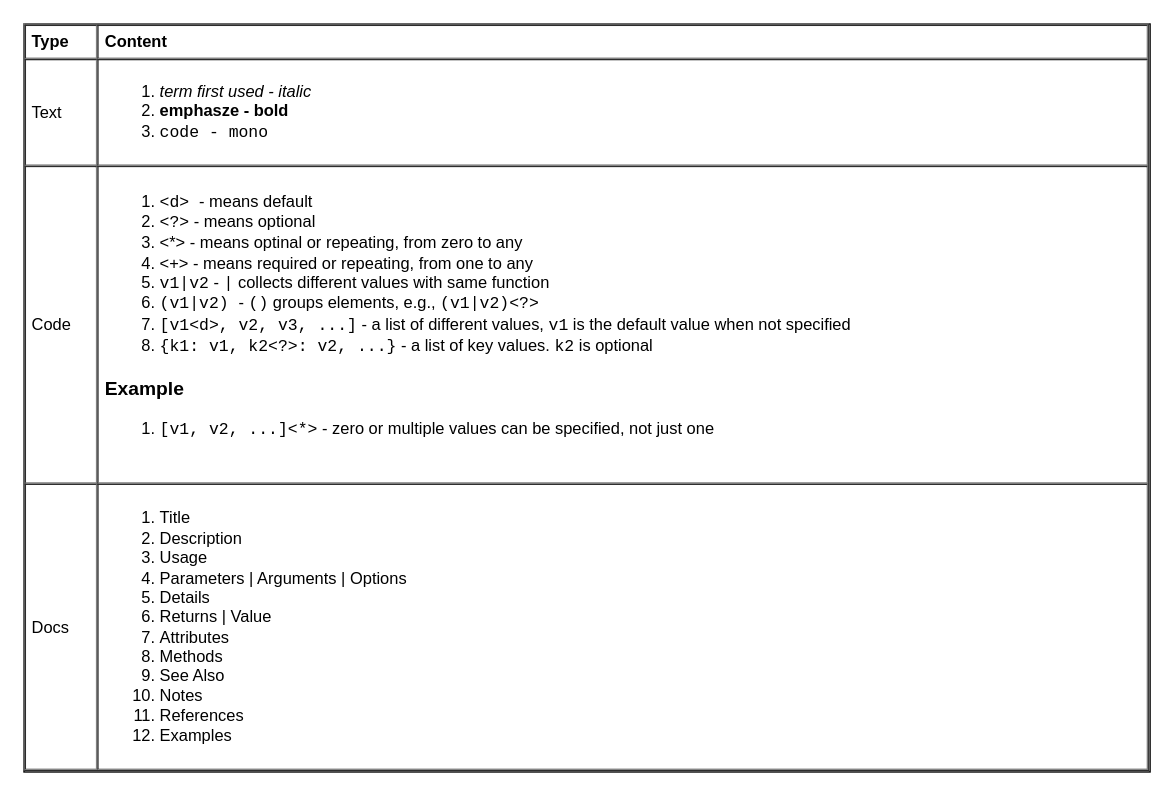
Before: page "styling" (1 of 5) of ux/ux.drawio in yangdj/tf_docs, a draw.io diagram. Source tidied: cells renumbered, new cells numbered last; positions are measured from the earlier drawing's top-left corner, leaving out a move shared by most shapes. Both pictures are drawn from the tidied source at 137%, with x=0, y=0 at pixel (23, 23).
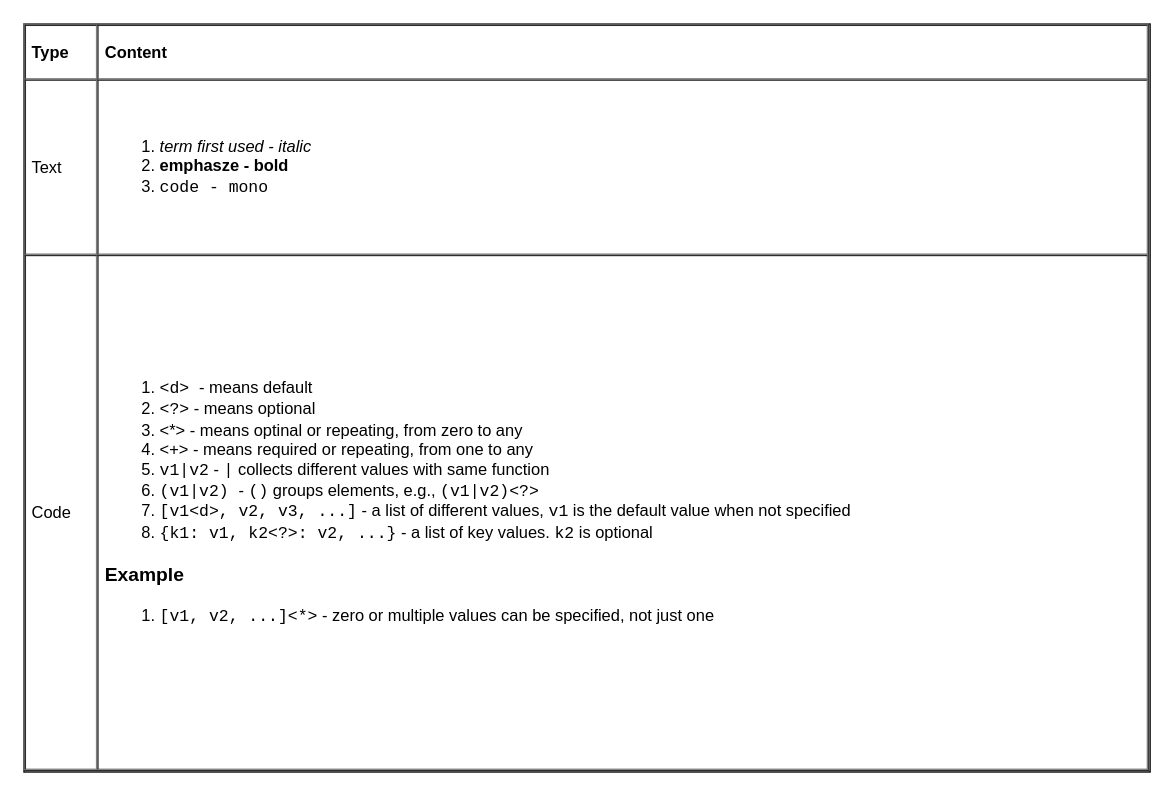
Above is the later version.

Diff of the diagram source:
```diff
@@
 <mxGraphModel>
   <root>
     <mxCell id="0" />
     <mxCell id="1" parent="0" />
-    <mxCell id="2" value="&lt;table cellpadding=&quot;4&quot; cellspacing=&quot;0&quot; border=&quot;1&quot; style=&quot;font-size: 12px ; width: 100% ; height: 100%&quot;&gt;&lt;tbody style=&quot;font-size: 12px&quot;&gt;&lt;tr style=&quot;font-size: 12px&quot;&gt;&lt;th style=&quot;font-size: 12px&quot;&gt;Type&lt;/th&gt;&lt;th style=&quot;font-size: 12px&quot;&gt;Content&lt;/th&gt;&lt;/tr&gt;&lt;tr style=&quot;font-size: 12px&quot;&gt;&lt;td style=&quot;font-size: 12px&quot;&gt;Text&lt;/td&gt;&lt;td style=&quot;font-size: 12px&quot;&gt;&lt;ol style=&quot;font-size: 12px&quot;&gt;&lt;li style=&quot;font-size: 12px&quot;&gt;&lt;i style=&quot;font-size: 12px&quot;&gt;term first used - italic&lt;/i&gt;&lt;/li&gt;&lt;li style=&quot;font-size: 12px&quot;&gt;&lt;b style=&quot;font-size: 12px&quot;&gt;emphasze - bold&lt;/b&gt;&lt;/li&gt;&lt;li&gt;&lt;font face=&quot;Courier New&quot;&gt;code - mono&lt;/font&gt;&lt;/li&gt;&lt;/ol&gt;&lt;/td&gt;&lt;/tr&gt;&lt;tr style=&quot;font-size: 12px&quot;&gt;&lt;td style=&quot;font-size: 12px&quot;&gt;Code&lt;/td&gt;&lt;td style=&quot;font-size: 12px&quot;&gt;&lt;ol style=&quot;font-size: 12px&quot;&gt;&lt;li style=&quot;font-size: 12px&quot;&gt;&lt;font face=&quot;Courier New&quot;&gt;&amp;lt;d&amp;gt; &lt;/font&gt;&lt;span&gt;- means default&lt;/span&gt;&lt;br&gt;&lt;/li&gt;&lt;li&gt;&lt;font face=&quot;Courier New&quot;&gt;&amp;lt;?&amp;gt;&lt;/font&gt;&amp;nbsp;- means optional&lt;/li&gt;&lt;li style=&quot;font-size: 12px&quot;&gt;&lt;font style=&quot;font-size: 12px&quot;&gt;&amp;lt;*&amp;gt; - means optinal or repeating, from zero to any&lt;/font&gt;&lt;/li&gt;&lt;li style=&quot;font-size: 12px&quot;&gt;&lt;font style=&quot;font-size: 12px&quot;&gt;&amp;lt;+&amp;gt; - means required or repeating, from one to any&lt;/font&gt;&lt;/li&gt;&lt;li&gt;&lt;font face=&quot;Courier New&quot;&gt;v1|v2&lt;/font&gt;&lt;span&gt; - &lt;/span&gt;&lt;font face=&quot;Courier New&quot;&gt;|&lt;/font&gt;&lt;span&gt; collects different values with same function&lt;/span&gt;&lt;br&gt;&lt;/li&gt;&lt;li&gt;&lt;font face=&quot;Courier New&quot;&gt;(v1|v2)&amp;nbsp;&lt;/font&gt;-&amp;nbsp;&lt;font face=&quot;Courier New&quot;&gt;()&lt;/font&gt;&amp;nbsp;groups elements, e.g.,&amp;nbsp;&lt;font face=&quot;Courier New&quot;&gt;(v1|v2)&amp;lt;?&amp;gt;&lt;/font&gt;&lt;/li&gt;&lt;li style=&quot;font-size: 12px&quot;&gt;&lt;font face=&quot;Courier New&quot; style=&quot;font-size: 12px&quot;&gt;[v1&amp;lt;d&amp;gt;, v2, v3, ...]&lt;/font&gt; - a list of different values, &lt;font face=&quot;Courier New&quot; style=&quot;font-size: 12px&quot;&gt;v1&lt;/font&gt;&amp;nbsp;is the default value when not specified&lt;/li&gt;&lt;li style=&quot;font-size: 12px&quot;&gt;&lt;font face=&quot;Courier New&quot;&gt;{k1: v1, k2&amp;lt;?&amp;gt;: v2, ...}&lt;/font&gt; - a list of key values. &lt;font face=&quot;Courier New&quot;&gt;k2&lt;/font&gt;&amp;nbsp;is optional&lt;br&gt;&lt;/li&gt;&lt;/ol&gt;&lt;h3&gt;Example&lt;/h3&gt;&lt;div&gt;&lt;ol&gt;&lt;li&gt;&lt;font face=&quot;Courier New&quot;&gt;[v1, v2, ...]&amp;lt;*&amp;gt;&lt;/font&gt;&amp;nbsp;- zero or multiple values can be specified, not just one&lt;/li&gt;&lt;/ol&gt;&lt;/div&gt;&lt;div&gt;&lt;br&gt;&lt;/div&gt;&lt;/td&gt;&lt;/tr&gt;&lt;tr style=&quot;font-size: 12px&quot;&gt;&lt;td style=&quot;font-size: 12px&quot;&gt;Docs&lt;/td&gt;&lt;td style=&quot;font-size: 12px&quot;&gt;&lt;ol style=&quot;font-size: 12px&quot;&gt;&lt;li style=&quot;font-size: 12px&quot;&gt;Title&lt;/li&gt;&lt;li style=&quot;font-size: 12px&quot;&gt;Description&lt;/li&gt;&lt;li style=&quot;font-size: 12px&quot;&gt;Usage&lt;/li&gt;&lt;li style=&quot;font-size: 12px&quot;&gt;Parameters | Arguments | Options&lt;/li&gt;&lt;li style=&quot;font-size: 12px&quot;&gt;Details&lt;/li&gt;&lt;li style=&quot;font-size: 12px&quot;&gt;Returns | Value&lt;/li&gt;&lt;li style=&quot;font-size: 12px&quot;&gt;Attributes&lt;/li&gt;&lt;li style=&quot;font-size: 12px&quot;&gt;Methods&lt;/li&gt;&lt;li style=&quot;font-size: 12px&quot;&gt;See Also&lt;/li&gt;&lt;li style=&quot;font-size: 12px&quot;&gt;Notes&lt;/li&gt;&lt;li style=&quot;font-size: 12px&quot;&gt;References&lt;/li&gt;&lt;li style=&quot;font-size: 12px&quot;&gt;Examples&lt;/li&gt;&lt;/ol&gt;&lt;/td&gt;&lt;/tr&gt;&lt;/tbody&gt;&lt;/table&gt; " style="verticalAlign=top;align=left;overflow=fill;fontSize=12;fontFamily=Helvetica;html=1;fillColor=#ffffff;" parent="1" vertex="1">
+    <mxCell id="2" value="&lt;table cellpadding=&quot;4&quot; cellspacing=&quot;0&quot; border=&quot;1&quot; style=&quot;font-size: 12px ; width: 100% ; height: 100%&quot;&gt;&lt;tbody style=&quot;font-size: 12px&quot;&gt;&lt;tr style=&quot;font-size: 12px&quot;&gt;&lt;th style=&quot;font-size: 12px&quot;&gt;Type&lt;/th&gt;&lt;th style=&quot;font-size: 12px&quot;&gt;Content&lt;/th&gt;&lt;/tr&gt;&lt;tr style=&quot;font-size: 12px&quot;&gt;&lt;td style=&quot;font-size: 12px&quot;&gt;Text&lt;/td&gt;&lt;td style=&quot;font-size: 12px&quot;&gt;&lt;ol style=&quot;font-size: 12px&quot;&gt;&lt;li style=&quot;font-size: 12px&quot;&gt;&lt;i style=&quot;font-size: 12px&quot;&gt;term first used - italic&lt;/i&gt;&lt;/li&gt;&lt;li style=&quot;font-size: 12px&quot;&gt;&lt;b style=&quot;font-size: 12px&quot;&gt;emphasze - bold&lt;/b&gt;&lt;/li&gt;&lt;li&gt;&lt;font face=&quot;Courier New&quot;&gt;code - mono&lt;/font&gt;&lt;/li&gt;&lt;/ol&gt;&lt;/td&gt;&lt;/tr&gt;&lt;tr style=&quot;font-size: 12px&quot;&gt;&lt;td style=&quot;font-size: 12px&quot;&gt;Code&lt;/td&gt;&lt;td style=&quot;font-size: 12px&quot;&gt;&lt;ol style=&quot;font-size: 12px&quot;&gt;&lt;li style=&quot;font-size: 12px&quot;&gt;&lt;font face=&quot;Courier New&quot;&gt;&amp;lt;d&amp;gt; &lt;/font&gt;&lt;span&gt;- means default&lt;/span&gt;&lt;br&gt;&lt;/li&gt;&lt;li&gt;&lt;font face=&quot;Courier New&quot;&gt;&amp;lt;?&amp;gt;&lt;/font&gt;&amp;nbsp;- means optional&lt;/li&gt;&lt;li style=&quot;font-size: 12px&quot;&gt;&lt;font style=&quot;font-size: 12px&quot;&gt;&amp;lt;*&amp;gt; - means optinal or repeating, from zero to any&lt;/font&gt;&lt;/li&gt;&lt;li style=&quot;font-size: 12px&quot;&gt;&lt;font style=&quot;font-size: 12px&quot;&gt;&amp;lt;+&amp;gt; - means required or repeating, from one to any&lt;/font&gt;&lt;/li&gt;&lt;li&gt;&lt;font face=&quot;Courier New&quot;&gt;v1|v2&lt;/font&gt;&lt;span&gt; - &lt;/span&gt;&lt;font face=&quot;Courier New&quot;&gt;|&lt;/font&gt;&lt;span&gt; collects different values with same function&lt;/span&gt;&lt;br&gt;&lt;/li&gt;&lt;li&gt;&lt;font face=&quot;Courier New&quot;&gt;(v1|v2)&amp;nbsp;&lt;/font&gt;-&amp;nbsp;&lt;font face=&quot;Courier New&quot;&gt;()&lt;/font&gt;&amp;nbsp;groups elements, e.g.,&amp;nbsp;&lt;font face=&quot;Courier New&quot;&gt;(v1|v2)&amp;lt;?&amp;gt;&lt;/font&gt;&lt;/li&gt;&lt;li style=&quot;font-size: 12px&quot;&gt;&lt;font face=&quot;Courier New&quot; style=&quot;font-size: 12px&quot;&gt;[v1&amp;lt;d&amp;gt;, v2, v3, ...]&lt;/font&gt; - a list of different values, &lt;font face=&quot;Courier New&quot; style=&quot;font-size: 12px&quot;&gt;v1&lt;/font&gt;&amp;nbsp;is the default value when not specified&lt;/li&gt;&lt;li style=&quot;font-size: 12px&quot;&gt;&lt;font face=&quot;Courier New&quot;&gt;{k1: v1, k2&amp;lt;?&amp;gt;: v2, ...}&lt;/font&gt; - a list of key values. &lt;font face=&quot;Courier New&quot;&gt;k2&lt;/font&gt;&amp;nbsp;is optional&lt;br&gt;&lt;/li&gt;&lt;/ol&gt;&lt;h3&gt;Example&lt;/h3&gt;&lt;div&gt;&lt;ol&gt;&lt;li&gt;&lt;font face=&quot;Courier New&quot;&gt;[v1, v2, ...]&amp;lt;*&amp;gt;&lt;/font&gt;&amp;nbsp;- zero or multiple values can be specified, not just one&lt;/li&gt;&lt;/ol&gt;&lt;/div&gt;&lt;div&gt;&lt;br&gt;&lt;/div&gt;&lt;/td&gt;&lt;/tr&gt;&lt;/tbody&gt;&lt;/table&gt; " style="verticalAlign=top;align=left;overflow=fill;fontSize=12;fontFamily=Helvetica;html=1;fillColor=#ffffff;" parent="1" vertex="1">
       <mxGeometry width="822" height="546" as="geometry" />
     </mxCell>
   </root>
 </mxGraphModel>
```
